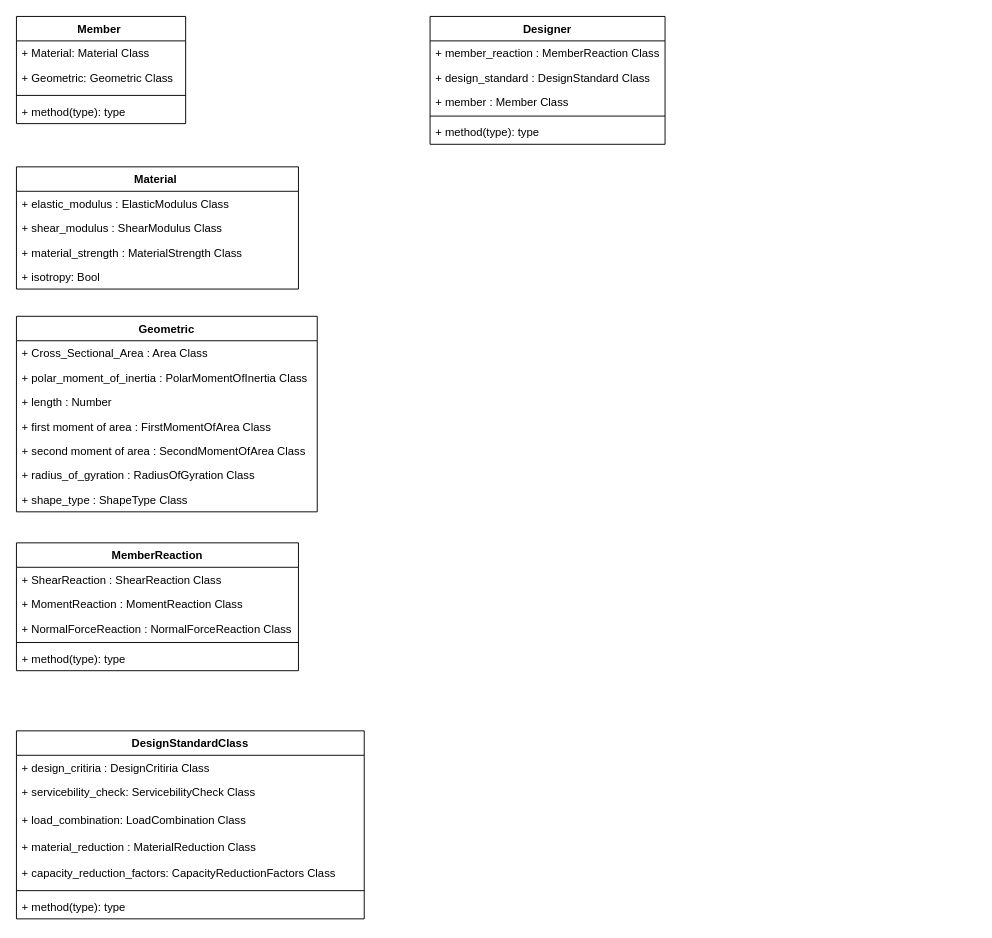
This is Structures.drawio from ttasbahji/Member-Design-And-Analysis, a draw.io file, before an edit. Source tidied: cells renumbered, new cells numbered last; positions are measured from the earlier drawing's top-left corner, leaving out a move shared by most shapes. Both pictures are drawn from the tidied source at 94%, with x=0, y=0 at pixel (16, 16).
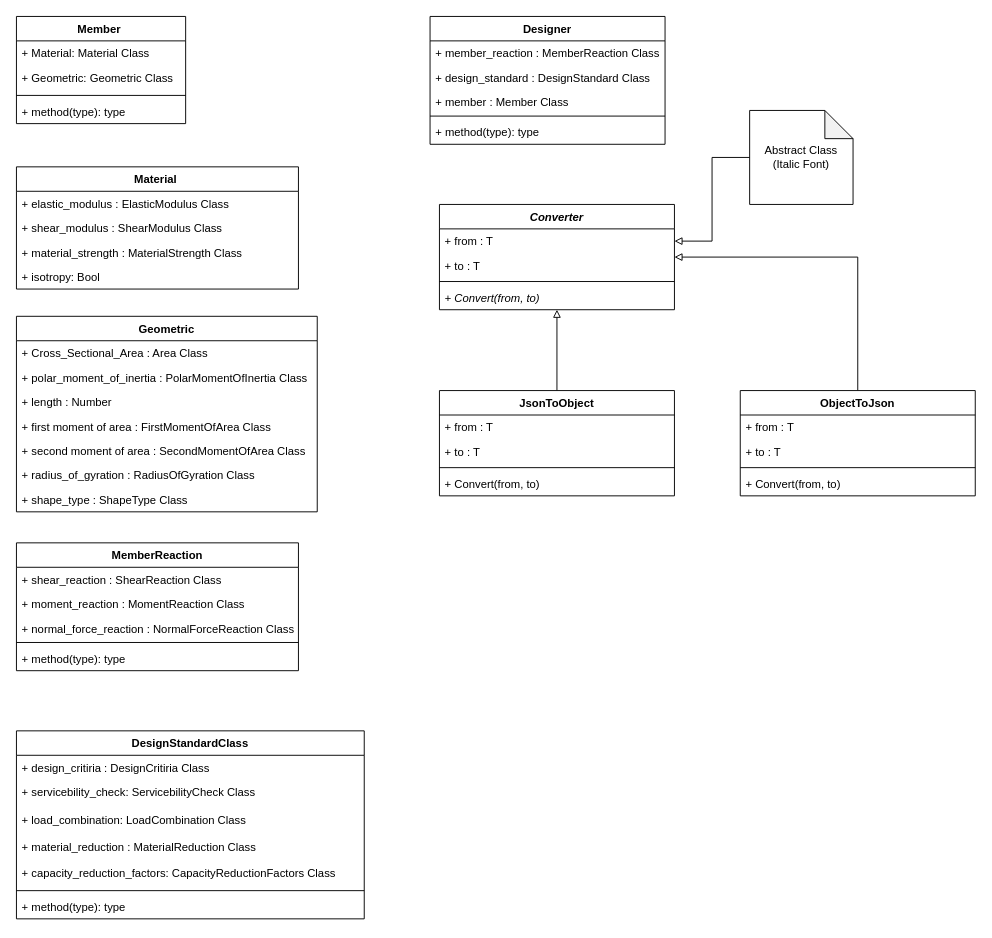
The same page after the edit.

The change refers to these unchanged cells:
```xml
<mxCell id="27" value="MemberReaction" style="swimlane;fontStyle=1;align=center;verticalAlign=top;horizontal=1;startSize=26;" parent="1" vertex="1">
  <mxGeometry y="560" width="300" height="136" as="geometry" />
</mxCell>
```

Change to the diagram source:
```diff
@@
-    <mxCell id="28" value="+ ShearReaction : ShearReaction Class&#10;" style="text;strokeColor=none;fillColor=none;align=left;verticalAlign=top;spacingLeft=4;spacingRight=4;overflow=hidden;" parent="27" vertex="1">
+    <mxCell id="28" value="+ shear_reaction : ShearReaction Class&#10;" style="text;strokeColor=none;fillColor=none;align=left;verticalAlign=top;spacingLeft=4;spacingRight=4;overflow=hidden;" parent="27" vertex="1">
       <mxGeometry y="26" width="300" height="26" as="geometry" />
     </mxCell>
-    <mxCell id="29" value="+ MomentReaction : MomentReaction Class&#10;" style="text;strokeColor=none;fillColor=none;align=left;verticalAlign=top;spacingLeft=4;spacingRight=4;overflow=hidden;" parent="27" vertex="1">
+    <mxCell id="29" value="+ moment_reaction : MomentReaction Class&#10;" style="text;strokeColor=none;fillColor=none;align=left;verticalAlign=top;spacingLeft=4;spacingRight=4;overflow=hidden;" parent="27" vertex="1">
       <mxGeometry y="52" width="300" height="26" as="geometry" />
     </mxCell>
-    <mxCell id="30" value="+ NormalForceReaction : NormalForceReaction Class&#10;" style="text;strokeColor=none;fillColor=none;align=left;verticalAlign=top;spacingLeft=4;spacingRight=4;overflow=hidden;" parent="27" vertex="1">
+    <mxCell id="30" value="+ normal_force_reaction : NormalForceReaction Class&#10;" style="text;strokeColor=none;fillColor=none;align=left;verticalAlign=top;spacingLeft=4;spacingRight=4;overflow=hidden;" parent="27" vertex="1">
       <mxGeometry y="78" width="300" height="24" as="geometry" />
     </mxCell>
@@
+    <mxCell id="41" style="edgeStyle=orthogonalEdgeStyle;rounded=0;jettySize=auto;html=1;endArrow=none;endFill=0;startArrow=block;startFill=0;" parent="1" edge="1" source="43" target="50">
+      <mxGeometry relative="1" as="geometry" />
+    </mxCell>
+    <mxCell id="42" style="edgeStyle=orthogonalEdgeStyle;rounded=0;jettySize=auto;html=1;startArrow=block;startFill=0;endArrow=none;endFill=0;" parent="1" edge="1" source="43" target="55">
+      <mxGeometry relative="1" as="geometry" />
+    </mxCell>
+    <mxCell id="43" value="Converter" style="swimlane;fontStyle=3;align=center;verticalAlign=top;horizontal=1;startSize=26;" parent="1" vertex="1">
+      <mxGeometry x="450" y="200" width="250" height="112" as="geometry" />
+    </mxCell>
+    <mxCell id="44" value="+ from : T" style="text;strokeColor=none;fillColor=none;align=left;verticalAlign=top;spacingLeft=4;spacingRight=4;overflow=hidden;points=[[0,0.5],[1,0.5]];portConstraint=eastwest;" parent="43" vertex="1">
+      <mxGeometry y="26" width="250" height="26" as="geometry" />
+    </mxCell>
+    <mxCell id="45" value="+ to : T&#10;" style="text;strokeColor=none;fillColor=none;align=left;verticalAlign=top;spacingLeft=4;spacingRight=4;overflow=hidden;" parent="43" vertex="1">
+      <mxGeometry y="52" width="250" height="26" as="geometry" />
+    </mxCell>
+    <mxCell id="46" style="line;strokeWidth=1;fillColor=none;align=left;verticalAlign=middle;spacingTop=-1;spacingLeft=3;spacingRight=3;labelPosition=right;" parent="43" vertex="1">
+      <mxGeometry y="78" width="250" height="8" as="geometry" />
+    </mxCell>
+    <mxCell id="47" value="+ Convert(from, to)" style="text;strokeColor=none;fillColor=none;align=left;verticalAlign=top;spacingLeft=4;spacingRight=4;overflow=hidden;fontStyle=2;" parent="43" vertex="1">
+      <mxGeometry y="86" width="250" height="26" as="geometry" />
+    </mxCell>
@@
+    <mxCell id="48" value="Abstract Class (Italic Font)" style="shape=note;whiteSpace=wrap;html=1;backgroundOutline=1;darkOpacity=0.05;" parent="1" vertex="1">
+      <mxGeometry x="780" y="100" width="110" height="100" as="geometry" />
+    </mxCell>
+    <mxCell id="49" style="edgeStyle=orthogonalEdgeStyle;rounded=0;jettySize=auto;html=1;entryX=0;entryY=0.5;entryDx=0;entryDy=0;entryPerimeter=0;exitX=1;exitY=0.5;exitDx=0;exitDy=0;startArrow=block;startFill=0;endArrow=none;endFill=0;" parent="1" edge="1" source="44" target="48">
+      <mxGeometry relative="1" as="geometry">
+        <Array as="points">
+          <mxPoint x="740" y="239" />
+          <mxPoint x="740" y="150" />
+        </Array>
+      </mxGeometry>
+    </mxCell>
+    <mxCell id="50" value="JsonToObject" style="swimlane;fontStyle=1;align=center;verticalAlign=top;horizontal=1;startSize=26;" parent="1" vertex="1">
+      <mxGeometry x="450" y="398" width="250" height="112" as="geometry" />
+    </mxCell>
+    <mxCell id="51" value="+ from : T" style="text;strokeColor=none;fillColor=none;align=left;verticalAlign=top;spacingLeft=4;spacingRight=4;overflow=hidden;" parent="50" vertex="1">
+      <mxGeometry y="26" width="250" height="26" as="geometry" />
+    </mxCell>
+    <mxCell id="52" value="+ to : T&#10;" style="text;strokeColor=none;fillColor=none;align=left;verticalAlign=top;spacingLeft=4;spacingRight=4;overflow=hidden;" parent="50" vertex="1">
+      <mxGeometry y="52" width="250" height="26" as="geometry" />
+    </mxCell>
+    <mxCell id="53" style="line;strokeWidth=1;fillColor=none;align=left;verticalAlign=middle;spacingTop=-1;spacingLeft=3;spacingRight=3;labelPosition=right;" parent="50" vertex="1">
+      <mxGeometry y="78" width="250" height="8" as="geometry" />
+    </mxCell>
+    <mxCell id="54" value="+ Convert(from, to)" style="text;strokeColor=none;fillColor=none;align=left;verticalAlign=top;spacingLeft=4;spacingRight=4;overflow=hidden;fontStyle=0;" parent="50" vertex="1">
+      <mxGeometry y="86" width="250" height="26" as="geometry" />
+    </mxCell>
+    <mxCell id="55" value="ObjectToJson" style="swimlane;fontStyle=1;align=center;verticalAlign=top;horizontal=1;startSize=26;" parent="1" vertex="1">
+      <mxGeometry x="770" y="398" width="250" height="112" as="geometry" />
+    </mxCell>
+    <mxCell id="56" value="+ from : T" style="text;strokeColor=none;fillColor=none;align=left;verticalAlign=top;spacingLeft=4;spacingRight=4;overflow=hidden;" parent="55" vertex="1">
+      <mxGeometry y="26" width="250" height="26" as="geometry" />
+    </mxCell>
+    <mxCell id="57" value="+ to : T&#10;" style="text;strokeColor=none;fillColor=none;align=left;verticalAlign=top;spacingLeft=4;spacingRight=4;overflow=hidden;" parent="55" vertex="1">
+      <mxGeometry y="52" width="250" height="26" as="geometry" />
+    </mxCell>
+    <mxCell id="58" style="line;strokeWidth=1;fillColor=none;align=left;verticalAlign=middle;spacingTop=-1;spacingLeft=3;spacingRight=3;labelPosition=right;" parent="55" vertex="1">
+      <mxGeometry y="78" width="250" height="8" as="geometry" />
+    </mxCell>
+    <mxCell id="59" value="+ Convert(from, to)" style="text;strokeColor=none;fillColor=none;align=left;verticalAlign=top;spacingLeft=4;spacingRight=4;overflow=hidden;fontStyle=0;" parent="55" vertex="1">
+      <mxGeometry y="86" width="250" height="26" as="geometry" />
+    </mxCell>
```
